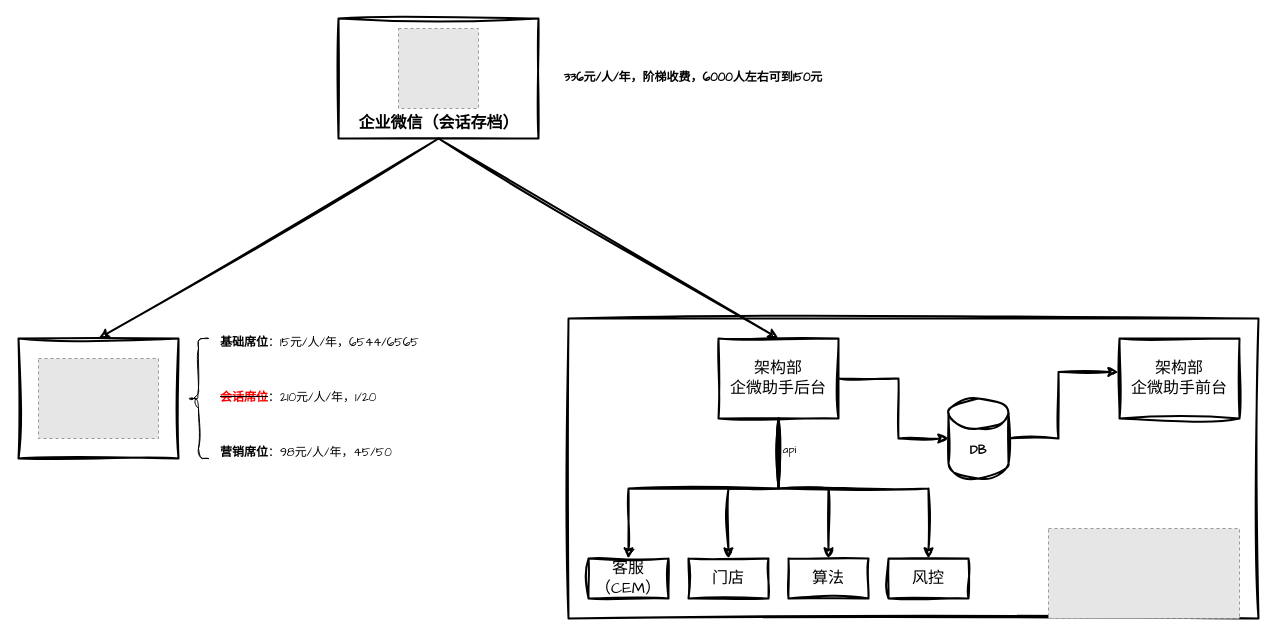
The draw.io diagram tech/企微.drawio in zhuanzhuan-tech/arch-draw-io, before the edit. Source tidied: cells renumbered, new cells numbered last; positions are measured from the earlier drawing's top-left corner, leaving out a move shared by most shapes. Both pictures are drawn from the tidied source at 100%, with x=0, y=0 at pixel (18, 18). Pictures stored in the file or linked from it are replaced by grey dashed boxes.
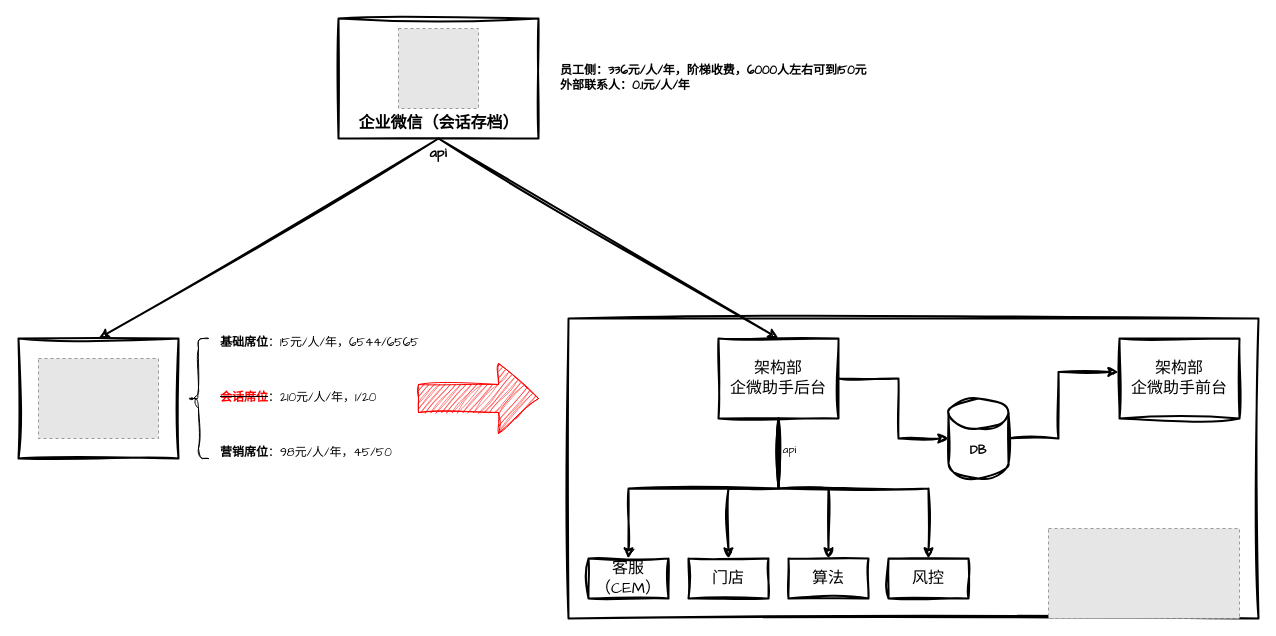
After the change.

Change to the diagram source:
```diff
@@
-    <mxCell id="7" value="&lt;b&gt;336元/人/年，阶梯收费，6000人左右可到150元&lt;/b&gt;" style="text;html=1;whiteSpace=wrap;strokeColor=none;fillColor=none;align=center;verticalAlign=middle;rounded=0;fontFamily=Architects Daughter;" parent="1" vertex="1">
-      <mxGeometry x="530" y="50" width="290" height="20" as="geometry" />
+    <mxCell id="7" value="&lt;b&gt;员工侧：336元/人/年，阶梯收费，6000人左右可到150元&lt;/b&gt;&lt;div&gt;&lt;b&gt;外部联系人：0.1元/人/年&lt;/b&gt;&lt;/div&gt;" style="text;html=1;whiteSpace=wrap;strokeColor=none;fillColor=none;align=left;verticalAlign=middle;rounded=0;fontFamily=Architects Daughter;" parent="1" vertex="1">
+      <mxGeometry x="540" y="50" width="340" height="20" as="geometry" />
     </mxCell>
@@
+    <mxCell id="30" style="html=1;shadow=0;dashed=0;align=center;verticalAlign=middle;shape=mxgraph.arrows2.arrow;dy=0.6;dx=40;notch=0;hachureGap=4;fontFamily=Architects Daughter;fillColor=#FF0000;strokeColor=#FF0000;gradientColor=none;fillStyle=auto;sketch=1;curveFitting=1;jiggle=2;" parent="1" vertex="1">
+      <mxGeometry x="400" y="345" width="120" height="70" as="geometry" />
+    </mxCell>
+    <mxCell id="31" value="&lt;font style=&quot;font-size: 14px;&quot;&gt;&lt;b&gt;api&lt;/b&gt;&lt;/font&gt;" style="text;html=1;whiteSpace=wrap;strokeColor=none;fillColor=none;align=center;verticalAlign=middle;rounded=0;fontFamily=Architects Daughter;" parent="1" vertex="1">
+      <mxGeometry x="390" y="120" width="60" height="30" as="geometry" />
+    </mxCell>
```
